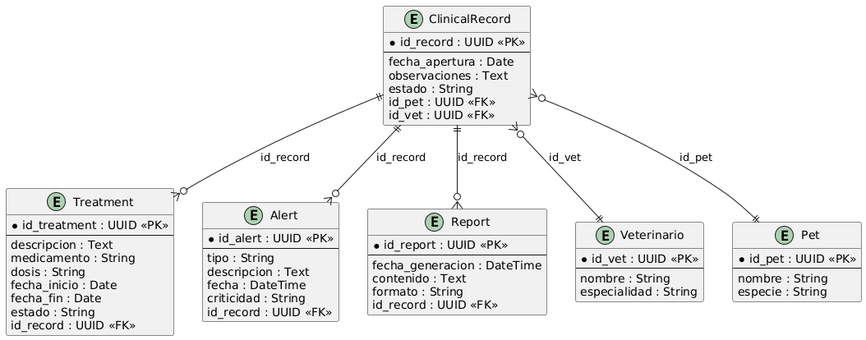
Earlier version of the PlantUML export Capitulo 4/BDRecordsDesignDiagram.png (upc-pre-202520-1asi0572-3355-petlink/Report). Source of this version:
```plantuml
@startuml
entity ClinicalRecord {
  *id_record : UUID <<PK>>
  --
  fecha_apertura : Date
  observaciones : Text
  estado : String
  id_pet : UUID <<FK>>
  id_vet : UUID <<FK>>
}

entity Treatment {
  *id_treatment : UUID <<PK>>
  --
  descripcion : Text
  medicamento : String
  dosis : String
  fecha_inicio : Date
  fecha_fin : Date
  estado : String
  id_record : UUID <<FK>>
}

entity Alert {
  *id_alert : UUID <<PK>>
  --
  tipo : String
  descripcion : Text
  fecha : DateTime
  criticidad : String
  id_record : UUID <<FK>>
}

entity Report {
  *id_report : UUID <<PK>>
  --
  fecha_generacion : DateTime
  contenido : Text
  formato : String
  id_record : UUID <<FK>>
}

entity Veterinario {
  *id_vet : UUID <<PK>>
  --
  nombre : String
  especialidad : String
}

entity Pet {
  *id_pet : UUID <<PK>>
  --
  nombre : String
  especie : String
}

ClinicalRecord }o--|| Pet : id_pet
ClinicalRecord }o--|| Veterinario : id_vet
ClinicalRecord ||--o{ Treatment : id_record
ClinicalRecord ||--o{ Alert : id_record
ClinicalRecord ||--o{ Report : id_record
@enduml
```
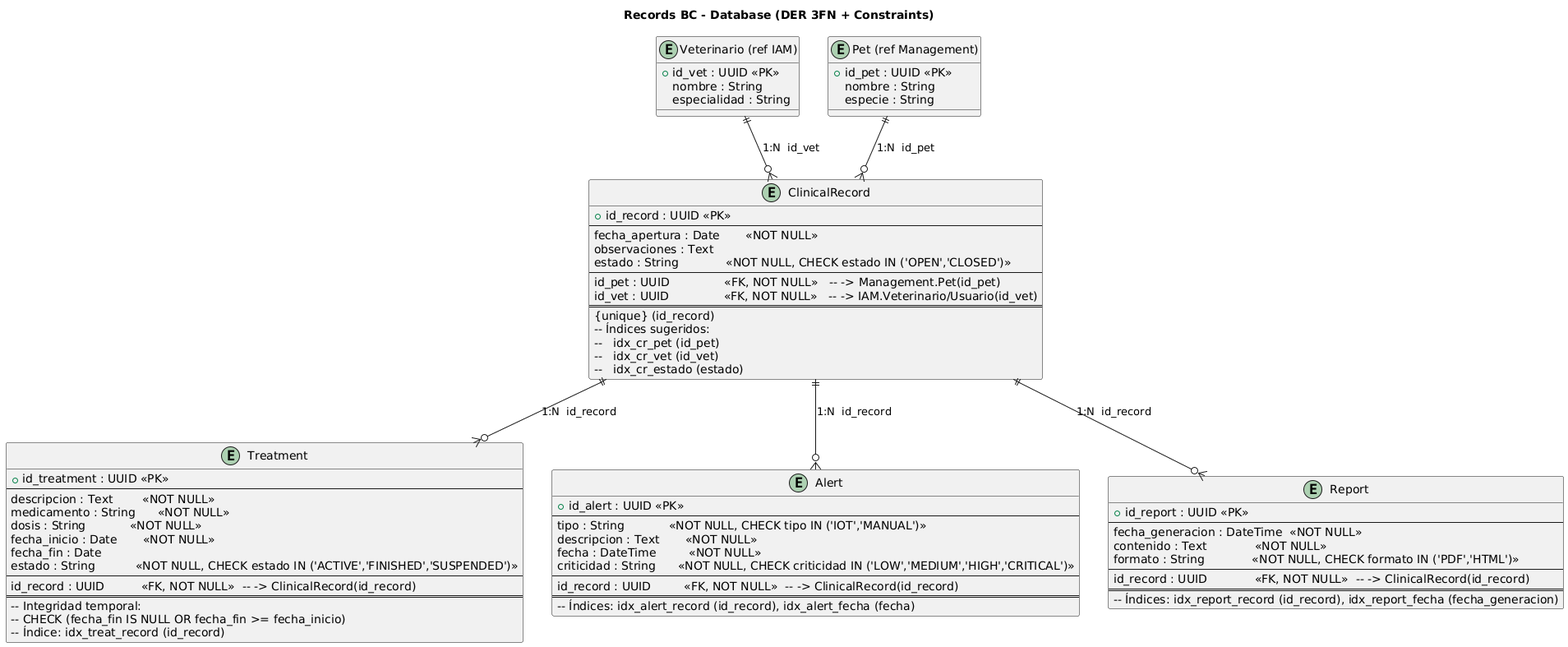
The same file after the commit.

The edit, as a diff of the source:
```diff
@@ -1,62 +1,80 @@
 @startuml
-entity ClinicalRecord {
-  *id_record : UUID <<PK>>
+title Records BC - Database (DER 3FN + Constraints)
+
+entity "ClinicalRecord" as clinical_record {
+  + id_record : UUID <<PK>>
   --
-  fecha_apertura : Date
+  fecha_apertura : Date       <<NOT NULL>>
   observaciones : Text
-  estado : String
-  id_pet : UUID <<FK>>
-  id_vet : UUID <<FK>>
+  estado : String             <<NOT NULL, CHECK estado IN ('OPEN','CLOSED')>>
+  --
+  id_pet : UUID               <<FK, NOT NULL>>   -- -> Management.Pet(id_pet)
+  id_vet : UUID               <<FK, NOT NULL>>   -- -> IAM.Veterinario/Usuario(id_vet)
+  ==
+  {unique} (id_record)
+  -- Índices sugeridos:
+  --   idx_cr_pet (id_pet)
+  --   idx_cr_vet (id_vet)
+  --   idx_cr_estado (estado)
 }
 
-entity Treatment {
-  *id_treatment : UUID <<PK>>
+entity "Treatment" as treatment {
+  + id_treatment : UUID <<PK>>
   --
-  descripcion : Text
-  medicamento : String
-  dosis : String
-  fecha_inicio : Date
+  descripcion : Text        <<NOT NULL>>
+  medicamento : String      <<NOT NULL>>
+  dosis : String            <<NOT NULL>>
+  fecha_inicio : Date       <<NOT NULL>>
   fecha_fin : Date
-  estado : String
-  id_record : UUID <<FK>>
+  estado : String           <<NOT NULL, CHECK estado IN ('ACTIVE','FINISHED','SUSPENDED')>>
+  --
+  id_record : UUID          <<FK, NOT NULL>>  -- -> ClinicalRecord(id_record)
+  ==
+  -- Integridad temporal:
+  -- CHECK (fecha_fin IS NULL OR fecha_fin >= fecha_inicio)
+  -- Índice: idx_treat_record (id_record)
 }
 
-entity Alert {
-  *id_alert : UUID <<PK>>
+entity "Alert" as alert {
+  + id_alert : UUID <<PK>>
   --
-  tipo : String
-  descripcion : Text
-  fecha : DateTime
-  criticidad : String
-  id_record : UUID <<FK>>
+  tipo : String            <<NOT NULL, CHECK tipo IN ('IOT','MANUAL')>>
+  descripcion : Text       <<NOT NULL>>
+  fecha : DateTime         <<NOT NULL>>
+  criticidad : String      <<NOT NULL, CHECK criticidad IN ('LOW','MEDIUM','HIGH','CRITICAL')>>
+  --
+  id_record : UUID         <<FK, NOT NULL>>  -- -> ClinicalRecord(id_record)
+  ==
+  -- Índices: idx_alert_record (id_record), idx_alert_fecha (fecha)
 }
 
-entity Report {
-  *id_report : UUID <<PK>>
+entity "Report" as report {
+  + id_report : UUID <<PK>>
   --
-  fecha_generacion : DateTime
-  contenido : Text
-  formato : String
-  id_record : UUID <<FK>>
+  fecha_generacion : DateTime  <<NOT NULL>>
+  contenido : Text             <<NOT NULL>>
+  formato : String             <<NOT NULL, CHECK formato IN ('PDF','HTML')>>
+  --
+  id_record : UUID             <<FK, NOT NULL>>  -- -> ClinicalRecord(id_record)
+  ==
+  -- Índices: idx_report_record (id_record), idx_report_fecha (fecha_generacion)
 }
 
-entity Veterinario {
-  *id_vet : UUID <<PK>>
-  --
+entity "Veterinario (ref IAM)" as vet {
+  + id_vet : UUID <<PK>>
   nombre : String
   especialidad : String
 }
 
-entity Pet {
-  *id_pet : UUID <<PK>>
-  --
+entity "Pet (ref Management)" as pet {
+  + id_pet : UUID <<PK>>
   nombre : String
   especie : String
 }
 
-ClinicalRecord }o--|| Pet : id_pet
-ClinicalRecord }o--|| Veterinario : id_vet
-ClinicalRecord ||--o{ Treatment : id_record
-ClinicalRecord ||--o{ Alert : id_record
-ClinicalRecord ||--o{ Report : id_record
+clinical_record ||--o{ treatment : "1:N  id_record"
+clinical_record ||--o{ alert     : "1:N  id_record"
+clinical_record ||--o{ report    : "1:N  id_record"
+pet           ||--o{ clinical_record : "1:N  id_pet"
+vet           ||--o{ clinical_record : "1:N  id_vet"
 @enduml
```
